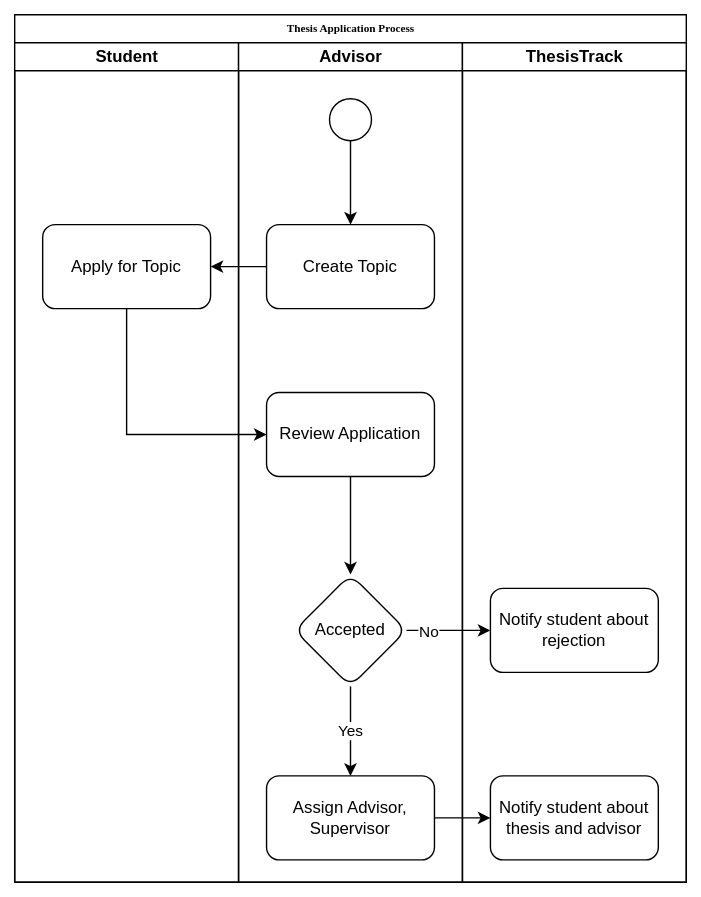
Earlier version of the draw.io export thesis-application-flowchart.svg (fabian-emilius/bachelor-thesis-charts). Source tidied: cells renumbered, new cells last; positions are measured from the earlier drawing's top-left corner, leaving out a move shared by most shapes. Its diagram source:
```xml
<mxGraphModel>
  <root>
    <mxCell id="0" />
    <mxCell id="1" parent="0" />
    <mxCell id="2" value="Thesis Application Process" style="swimlane;html=1;startSize=20;rounded=0;shadow=0;labelBackgroundColor=none;strokeWidth=1;fontFamily=Verdana;fontSize=8;align=center;" parent="1" vertex="1">
      <mxGeometry width="480" height="620" as="geometry" />
    </mxCell>
    <mxCell id="3" value="Student" style="swimlane;html=1;startSize=20;" parent="2" vertex="1">
      <mxGeometry y="20" width="160" height="600" as="geometry" />
    </mxCell>
    <mxCell id="4" value="Apply for Topic" style="rounded=1;whiteSpace=wrap;html=1;" parent="3" vertex="1">
      <mxGeometry x="20" y="130" width="120" height="60" as="geometry" />
    </mxCell>
    <mxCell id="5" value="Advisor" style="swimlane;html=1;startSize=20;" parent="2" vertex="1">
      <mxGeometry x="160" y="20" width="160" height="600" as="geometry" />
    </mxCell>
    <mxCell id="6" style="edgeStyle=orthogonalEdgeStyle;rounded=0;jettySize=auto;html=1;exitX=0.5;exitY=1;exitDx=0;exitDy=0;entryX=0.5;entryY=0;entryDx=0;entryDy=0;" parent="5" edge="1" source="7" target="8">
      <mxGeometry relative="1" as="geometry" />
    </mxCell>
    <mxCell id="7" style="ellipse;whiteSpace=wrap;html=1;rounded=0;shadow=0;labelBackgroundColor=none;strokeWidth=1;fontFamily=Verdana;fontSize=8;align=center;" parent="5" vertex="1">
      <mxGeometry x="65" y="40" width="30" height="30" as="geometry" />
    </mxCell>
    <mxCell id="8" value="Create Topic" style="rounded=1;whiteSpace=wrap;html=1;" parent="5" vertex="1">
      <mxGeometry x="20" y="130" width="120" height="60" as="geometry" />
    </mxCell>
    <mxCell id="9" style="edgeStyle=orthogonalEdgeStyle;rounded=0;jettySize=auto;html=1;" parent="5" edge="1" source="10" target="12">
      <mxGeometry relative="1" as="geometry" />
    </mxCell>
    <mxCell id="10" value="Review Application" style="rounded=1;whiteSpace=wrap;html=1;" parent="5" vertex="1">
      <mxGeometry x="20" y="250" width="120" height="60" as="geometry" />
    </mxCell>
    <mxCell id="11" value="Yes" style="edgeStyle=orthogonalEdgeStyle;rounded=0;jettySize=auto;html=1;" parent="5" edge="1" source="12" target="13">
      <mxGeometry relative="1" as="geometry" />
    </mxCell>
    <mxCell id="12" value="Accepted" style="rhombus;whiteSpace=wrap;html=1;rounded=1;" parent="5" vertex="1">
      <mxGeometry x="40" y="380" width="80" height="80" as="geometry" />
    </mxCell>
    <mxCell id="13" value="Assign Advisor, Supervisor" style="whiteSpace=wrap;html=1;rounded=1;" parent="5" vertex="1">
      <mxGeometry x="20" y="524" width="120" height="60" as="geometry" />
    </mxCell>
    <mxCell id="14" value="ThesisTrack" style="swimlane;html=1;startSize=20;" parent="2" vertex="1">
      <mxGeometry x="320" y="20" width="160" height="600" as="geometry" />
    </mxCell>
    <mxCell id="15" value="Notify student about rejection" style="whiteSpace=wrap;html=1;rounded=1;" parent="14" vertex="1">
      <mxGeometry x="20" y="390" width="120" height="60" as="geometry" />
    </mxCell>
    <mxCell id="16" value="Notify student about thesis and advisor" style="whiteSpace=wrap;html=1;rounded=1;" parent="14" vertex="1">
      <mxGeometry x="20" y="524" width="120" height="60" as="geometry" />
    </mxCell>
    <mxCell id="17" style="edgeStyle=orthogonalEdgeStyle;rounded=0;jettySize=auto;html=1;" parent="2" edge="1" source="8" target="4">
      <mxGeometry relative="1" as="geometry" />
    </mxCell>
    <mxCell id="18" style="edgeStyle=orthogonalEdgeStyle;rounded=0;jettySize=auto;html=1;exitX=0.5;exitY=1;exitDx=0;exitDy=0;entryX=0;entryY=0.5;entryDx=0;entryDy=0;" parent="2" edge="1" source="4" target="10">
      <mxGeometry relative="1" as="geometry" />
    </mxCell>
    <mxCell id="19" style="edgeStyle=orthogonalEdgeStyle;rounded=0;jettySize=auto;html=1;" parent="2" edge="1" source="12" target="15">
      <mxGeometry relative="1" as="geometry" />
    </mxCell>
    <mxCell id="20" value="No" style="edgeLabel;html=1;align=center;verticalAlign=middle;" parent="19" vertex="1">
      <mxGeometry x="-0.83" relative="1" as="geometry">
        <mxPoint x="10" as="offset" />
      </mxGeometry>
    </mxCell>
    <mxCell id="21" style="edgeStyle=orthogonalEdgeStyle;rounded=0;jettySize=auto;html=1;" parent="2" edge="1" source="13" target="16">
      <mxGeometry relative="1" as="geometry" />
    </mxCell>
  </root>
</mxGraphModel>
```
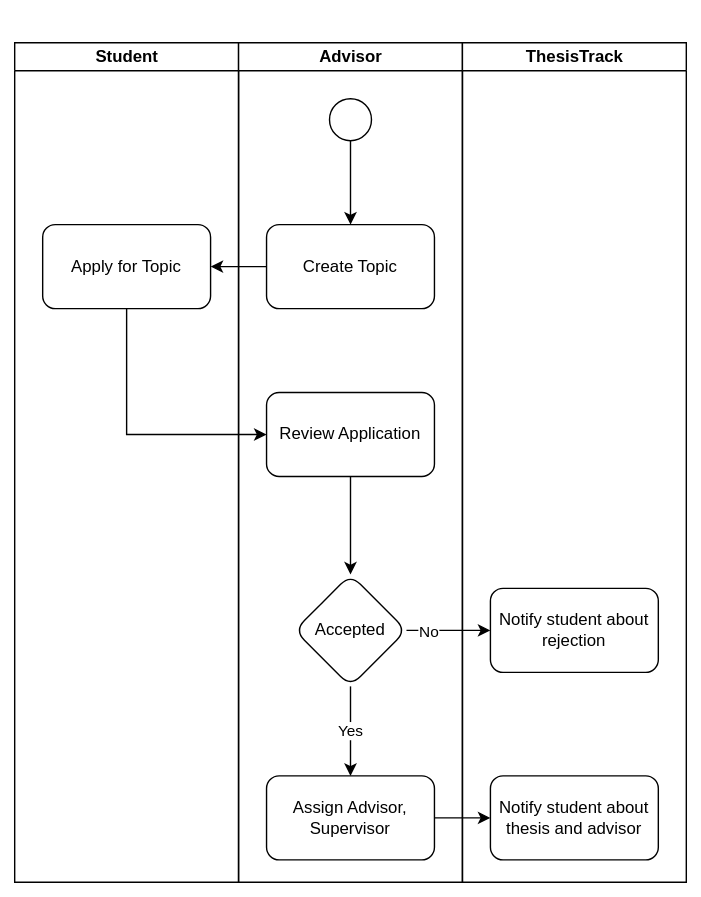
After the commit.

Change to the diagram source:
```diff
@@ -2,7 +2,7 @@
   <root>
     <mxCell id="0" />
     <mxCell id="1" parent="0" />
-    <mxCell id="2" value="Thesis Application Process" style="swimlane;html=1;startSize=20;rounded=0;shadow=0;labelBackgroundColor=none;strokeWidth=1;fontFamily=Verdana;fontSize=8;align=center;" parent="1" vertex="1">
+    <mxCell id="2" style="swimlane;html=1;startSize=20;rounded=0;shadow=0;labelBackgroundColor=none;strokeWidth=1;fontFamily=Verdana;fontSize=8;align=center;strokeColor=none;fillColor=none;" parent="1" vertex="1">
       <mxGeometry width="480" height="620" as="geometry" />
     </mxCell>
     <mxCell id="3" value="Student" style="swimlane;html=1;startSize=20;" parent="2" vertex="1">
```
